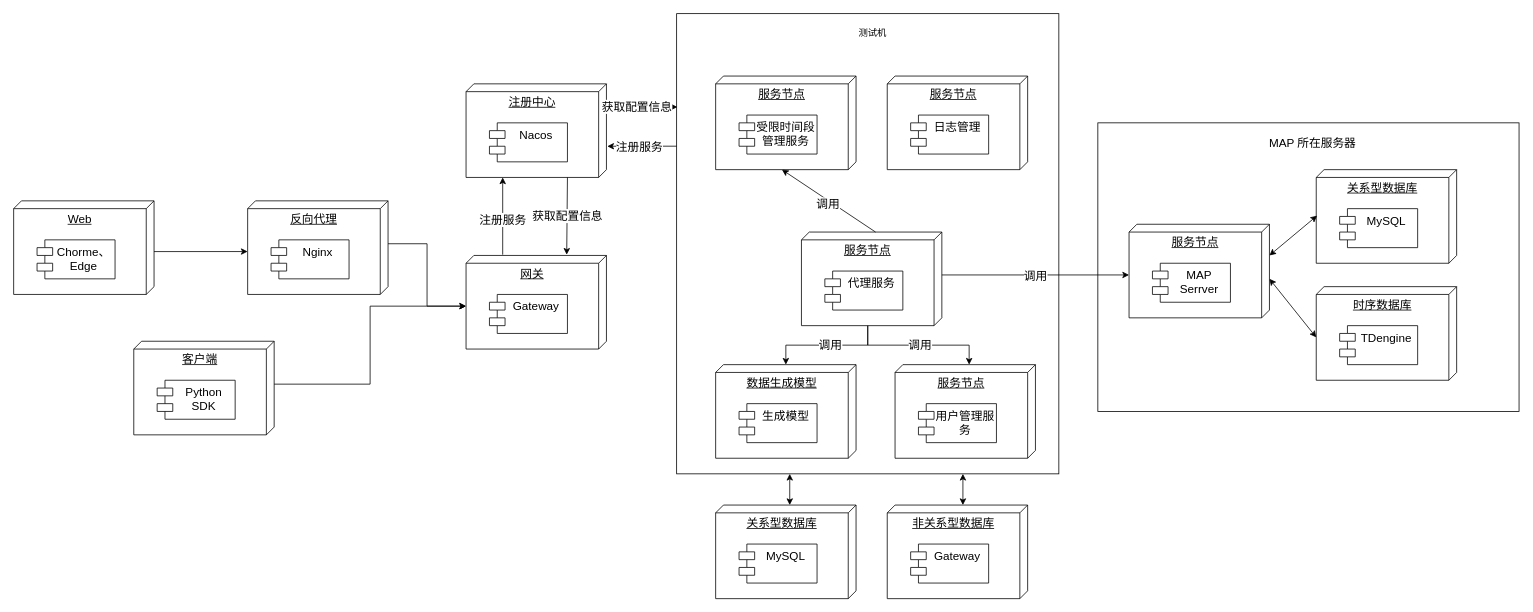
Diend-7/- keeps this draw.io diagram as 系统部署图.drawio. Above is the earlier version. Source tidied: cells renumbered, new cells numbered last; positions are measured from the earlier drawing's top-left corner, leaving out a move shared by most shapes. Both pictures are drawn from the tidied source at 78%, with x=0, y=0 at pixel (13, 13).
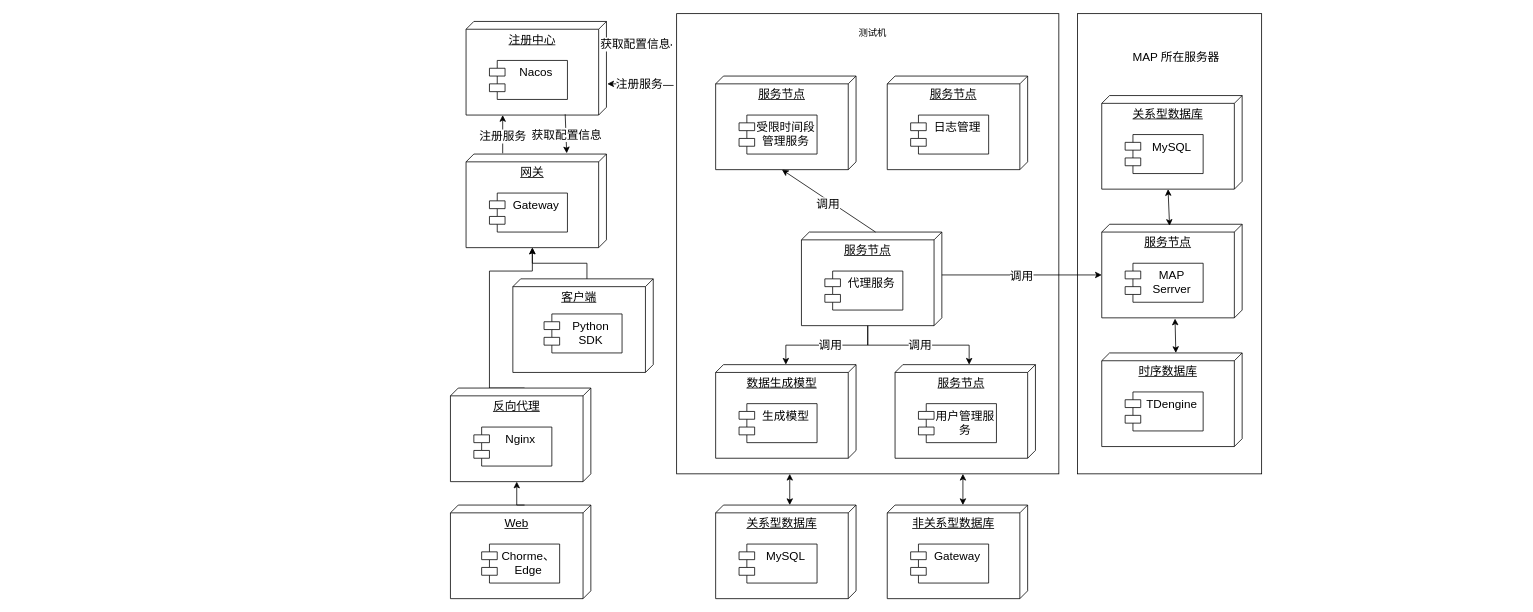
The same diagram, later.

Commit message (it also covers changes not shown here):
更新系统部署图.drawio

Unchanged cells that the change refers to:
```xml
<mxCell id="3" style="rounded=0;whiteSpace=wrap;html=1;" parent="1" vertex="1">
  <mxGeometry x="850" width="490" height="590" as="geometry" />
</mxCell>
```

The edit, as a diff of the source:
```diff
@@
-    <mxCell id="2" style="rounded=0;whiteSpace=wrap;html=1;" parent="1" vertex="1">
-      <mxGeometry x="1390" y="140" width="540" height="370" as="geometry" />
-    </mxCell>
+    <mxCell id="59" style="rounded=0;whiteSpace=wrap;html=1;" parent="1" vertex="1">
+      <mxGeometry x="1364" width="236" height="590" as="geometry" />
+    </mxCell>
@@
     <mxCell id="4" value="Web" style="verticalAlign=top;align=center;spacingTop=8;spacingLeft=2;spacingRight=12;shape=cube;size=10;direction=south;fontStyle=4;html=1;whiteSpace=wrap;fontSize=15;" parent="1" vertex="1">
-      <mxGeometry y="240" width="180" height="120" as="geometry" />
+      <mxGeometry x="560" y="630" width="180" height="120" as="geometry" />
     </mxCell>
     <mxCell id="5" value="Chorme、Edge" style="shape=module;align=left;spacingLeft=20;align=center;verticalAlign=top;whiteSpace=wrap;html=1;fontSize=15;" parent="1" vertex="1">
-      <mxGeometry x="30" y="290" width="100" height="50" as="geometry" />
+      <mxGeometry x="600" y="680" width="100" height="50" as="geometry" />
     </mxCell>
+    <mxCell id="37" style="edgeStyle=orthogonalEdgeStyle;rounded=0;jettySize=auto;html=1;exitX=0;exitY=0;exitDx=0;exitDy=85;exitPerimeter=0;entryX=0;entryY=0;entryDx=120;entryDy=95;entryPerimeter=0;" parent="1" edge="1" source="6" target="10">
+      <mxGeometry relative="1" as="geometry">
+        <Array as="points">
+          <mxPoint x="610" y="480" />
+          <mxPoint x="610" y="330" />
+          <mxPoint x="665" y="330" />
+        </Array>
+      </mxGeometry>
+    </mxCell>
     <mxCell id="6" value="反向代理" style="verticalAlign=top;align=center;spacingTop=8;spacingLeft=2;spacingRight=12;shape=cube;size=10;direction=south;fontStyle=4;html=1;whiteSpace=wrap;fontSize=15;" parent="1" vertex="1">
-      <mxGeometry x="300" y="240" width="180" height="120" as="geometry" />
+      <mxGeometry x="560" y="480" width="180" height="120" as="geometry" />
     </mxCell>
     <mxCell id="7" value="Nginx" style="shape=module;align=left;spacingLeft=20;align=center;verticalAlign=top;whiteSpace=wrap;html=1;fontSize=15;" parent="1" vertex="1">
-      <mxGeometry x="330" y="290" width="100" height="50" as="geometry" />
+      <mxGeometry x="590" y="530" width="100" height="50" as="geometry" />
     </mxCell>
     <mxCell id="8" value="客户端" style="verticalAlign=top;align=center;spacingTop=8;spacingLeft=2;spacingRight=12;shape=cube;size=10;direction=south;fontStyle=4;html=1;whiteSpace=wrap;fontSize=15;" parent="1" vertex="1">
-      <mxGeometry x="154" y="420" width="180" height="120" as="geometry" />
+      <mxGeometry x="640" y="340" width="180" height="120" as="geometry" />
     </mxCell>
     <mxCell id="9" value="Python SDK" style="shape=module;align=left;spacingLeft=20;align=center;verticalAlign=top;whiteSpace=wrap;html=1;fontSize=15;" parent="1" vertex="1">
-      <mxGeometry x="184" y="470" width="100" height="50" as="geometry" />
+      <mxGeometry x="680" y="385" width="100" height="50" as="geometry" />
     </mxCell>
     <mxCell id="10" value="网关" style="verticalAlign=top;align=center;spacingTop=8;spacingLeft=2;spacingRight=12;shape=cube;size=10;direction=south;fontStyle=4;html=1;whiteSpace=wrap;fontSize=15;" parent="1" vertex="1">
-      <mxGeometry x="580" y="310" width="180" height="120" as="geometry" />
+      <mxGeometry x="580" y="180" width="180" height="120" as="geometry" />
     </mxCell>
     <mxCell id="11" value="Gateway" style="shape=module;align=left;spacingLeft=20;align=center;verticalAlign=top;whiteSpace=wrap;html=1;fontSize=15;" parent="1" vertex="1">
-      <mxGeometry x="610" y="360" width="100" height="50" as="geometry" />
+      <mxGeometry x="610" y="230" width="100" height="50" as="geometry" />
     </mxCell>
     <mxCell id="12" value="注册中心" style="verticalAlign=top;align=center;spacingTop=8;spacingLeft=2;spacingRight=12;shape=cube;size=10;direction=south;fontStyle=4;html=1;whiteSpace=wrap;fontSize=15;" parent="1" vertex="1">
-      <mxGeometry x="580" y="90" width="180" height="120" as="geometry" />
+      <mxGeometry x="580" y="10" width="180" height="120" as="geometry" />
     </mxCell>
     <mxCell id="13" value="Nacos" style="shape=module;align=left;spacingLeft=20;align=center;verticalAlign=top;whiteSpace=wrap;html=1;fontSize=15;" parent="1" vertex="1">
-      <mxGeometry x="610" y="140" width="100" height="50" as="geometry" />
+      <mxGeometry x="610" y="60" width="100" height="50" as="geometry" />
     </mxCell>
@@
     <mxCell id="30" value="服务节点" style="verticalAlign=top;align=center;spacingTop=8;spacingLeft=2;spacingRight=12;shape=cube;size=10;direction=south;fontStyle=4;html=1;whiteSpace=wrap;fontSize=15;" parent="1" vertex="1">
-      <mxGeometry x="1430" y="270" width="180" height="120" as="geometry" />
+      <mxGeometry x="1395" y="270" width="180" height="120" as="geometry" />
     </mxCell>
     <mxCell id="31" value="MAP Serrver" style="shape=module;align=left;spacingLeft=20;align=center;verticalAlign=top;whiteSpace=wrap;html=1;fontSize=15;" parent="1" vertex="1">
-      <mxGeometry x="1460" y="320" width="100" height="50" as="geometry" />
+      <mxGeometry x="1425" y="320" width="100" height="50" as="geometry" />
     </mxCell>
     <mxCell id="32" value="关系型数据库" style="verticalAlign=top;align=center;spacingTop=8;spacingLeft=2;spacingRight=12;shape=cube;size=10;direction=south;fontStyle=4;html=1;whiteSpace=wrap;fontSize=15;" parent="1" vertex="1">
-      <mxGeometry x="1670" y="200" width="180" height="120" as="geometry" />
+      <mxGeometry x="1395" y="105" width="180" height="120" as="geometry" />
     </mxCell>
     <mxCell id="33" value="MySQL" style="shape=module;align=left;spacingLeft=20;align=center;verticalAlign=top;whiteSpace=wrap;html=1;fontSize=15;" parent="1" vertex="1">
-      <mxGeometry x="1700" y="250" width="100" height="50" as="geometry" />
+      <mxGeometry x="1425" y="155" width="100" height="50" as="geometry" />
     </mxCell>
     <mxCell id="34" value="时序数据库" style="verticalAlign=top;align=center;spacingTop=8;spacingLeft=2;spacingRight=12;shape=cube;size=10;direction=south;fontStyle=4;html=1;whiteSpace=wrap;fontSize=15;" parent="1" vertex="1">
-      <mxGeometry x="1670" y="350" width="180" height="120" as="geometry" />
+      <mxGeometry x="1395" y="435" width="180" height="120" as="geometry" />
     </mxCell>
     <mxCell id="35" value="TDengine" style="shape=module;align=left;spacingLeft=20;align=center;verticalAlign=top;whiteSpace=wrap;html=1;fontSize=15;" parent="1" vertex="1">
-      <mxGeometry x="1700" y="400" width="100" height="50" as="geometry" />
+      <mxGeometry x="1425" y="485" width="100" height="50" as="geometry" />
     </mxCell>
-    <mxCell id="36" style="edgeStyle=orthogonalEdgeStyle;rounded=0;jettySize=auto;html=1;exitX=0.542;exitY=0;exitDx=0;exitDy=0;exitPerimeter=0;entryX=0;entryY=0;entryDx=65;entryDy=180;entryPerimeter=0;fontSize=15;" parent="1" edge="1" source="4" target="6">
-      <mxGeometry relative="1" as="geometry" />
-    </mxCell>
-    <mxCell id="37" style="edgeStyle=orthogonalEdgeStyle;rounded=0;jettySize=auto;html=1;exitX=0;exitY=0;exitDx=55;exitDy=0;exitPerimeter=0;entryX=0;entryY=0;entryDx=65;entryDy=180;entryPerimeter=0;fontSize=15;" parent="1" edge="1" source="6" target="10">
-      <mxGeometry relative="1" as="geometry" />
-    </mxCell>
-    <mxCell id="38" style="edgeStyle=orthogonalEdgeStyle;rounded=0;jettySize=auto;html=1;exitX=0;exitY=0;exitDx=55;exitDy=0;exitPerimeter=0;entryX=0;entryY=0;entryDx=65;entryDy=180;entryPerimeter=0;fontSize=15;" parent="1" edge="1" source="8" target="10">
-      <mxGeometry relative="1" as="geometry" />
-    </mxCell>
@@
-    <mxCell id="41" style="endArrow=classic;html=1;rounded=0;entryX=-0.008;entryY=0.283;entryDx=0;entryDy=0;entryPerimeter=0;fontSize=15;" parent="1" edge="1" target="10">
-      <mxGeometry relative="1" as="geometry">
-        <mxPoint x="710" y="210" as="sourcePoint" />
-      </mxGeometry>
+    <mxCell id="41" style="endArrow=classic;html=1;rounded=0;entryX=-0.008;entryY=0.283;entryDx=0;entryDy=0;entryPerimeter=0;fontSize=15;exitX=0.992;exitY=0.294;exitDx=0;exitDy=0;exitPerimeter=0;" parent="1" edge="1" source="12" target="10">
+      <mxGeometry relative="1" as="geometry" />
     </mxCell>
@@
     <mxCell id="44" value="MAP 所在服务器" style="text;html=1;align=center;verticalAlign=middle;strokeColor=none;fillColor=none;fontSize=15;" parent="1" vertex="1">
-      <mxGeometry x="1600" y="150" width="130" height="30" as="geometry" />
+      <mxGeometry x="1425" y="40" width="130" height="30" as="geometry" />
     </mxCell>
-    <mxCell id="45" style="edgeStyle=orthogonalEdgeStyle;rounded=0;jettySize=auto;html=1;exitX=0.242;exitY=0.006;exitDx=0;exitDy=0;exitPerimeter=0;entryX=0.002;entryY=0.203;entryDx=0;entryDy=0;entryPerimeter=0;fontSize=15;" parent="1" edge="1" source="12" target="3">
+    <mxCell id="45" style="edgeStyle=orthogonalEdgeStyle;rounded=0;jettySize=auto;html=1;exitX=0.242;exitY=0.006;exitDx=0;exitDy=0;exitPerimeter=0;entryX=-0.01;entryY=0.068;entryDx=0;entryDy=0;entryPerimeter=0;fontSize=15;" parent="1" edge="1" source="12" target="3">
       <mxGeometry relative="1" as="geometry" />
     </mxCell>
@@
-    <mxCell id="47" style="edgeStyle=orthogonalEdgeStyle;rounded=0;jettySize=auto;html=1;exitX=0;exitY=0.288;exitDx=0;exitDy=0;entryX=0.667;entryY=-0.006;entryDx=0;entryDy=0;entryPerimeter=0;exitPerimeter=0;fontSize=15;" parent="1" edge="1" source="3" target="12">
+    <mxCell id="47" style="edgeStyle=orthogonalEdgeStyle;rounded=0;jettySize=auto;html=1;exitX=-0.008;exitY=0.156;exitDx=0;exitDy=0;entryX=0.667;entryY=-0.006;entryDx=0;entryDy=0;entryPerimeter=0;exitPerimeter=0;fontSize=15;" parent="1" edge="1" source="3" target="12">
       <mxGeometry relative="1" as="geometry" />
     </mxCell>
@@
-    <mxCell id="57" style="endArrow=classic;startArrow=classic;html=1;rounded=0;entryX=0.492;entryY=0.994;entryDx=0;entryDy=0;entryPerimeter=0;" parent="1" edge="1" target="32">
-      <mxGeometry relative="1" as="geometry">
-        <mxPoint x="1610" y="310" as="sourcePoint" />
-      </mxGeometry>
+    <mxCell id="57" style="endArrow=classic;startArrow=classic;html=1;rounded=0;exitX=0.017;exitY=0.517;exitDx=0;exitDy=0;exitPerimeter=0;entryX=0;entryY=0;entryDx=120;entryDy=95;entryPerimeter=0;" parent="1" edge="1" source="30" target="32">
+      <mxGeometry relative="1" as="geometry" />
     </mxCell>
-    <mxCell id="58" style="endArrow=classic;startArrow=classic;html=1;rounded=0;entryX=0;entryY=0;entryDx=65;entryDy=180;entryPerimeter=0;" parent="1" edge="1" target="34">
-      <mxGeometry relative="1" as="geometry">
-        <mxPoint x="1610" y="340" as="sourcePoint" />
-      </mxGeometry>
+    <mxCell id="58" style="endArrow=classic;startArrow=classic;html=1;rounded=0;entryX=0;entryY=0;entryDx=0;entryDy=85;entryPerimeter=0;exitX=1.008;exitY=0.478;exitDx=0;exitDy=0;exitPerimeter=0;" parent="1" edge="1" source="30" target="34">
+      <mxGeometry relative="1" as="geometry" />
     </mxCell>
+    <mxCell id="38" style="edgeStyle=orthogonalEdgeStyle;rounded=0;jettySize=auto;html=1;exitX=0;exitY=0;exitDx=0;exitDy=85;exitPerimeter=0;entryX=0;entryY=0;entryDx=120;entryDy=95;entryPerimeter=0;" parent="1" edge="1" source="8" target="10">
+      <mxGeometry relative="1" as="geometry" />
+    </mxCell>
+    <mxCell id="36" style="edgeStyle=orthogonalEdgeStyle;rounded=0;jettySize=auto;html=1;exitX=0;exitY=0;exitDx=0;exitDy=85;exitPerimeter=0;entryX=0;entryY=0;entryDx=120;entryDy=95;entryPerimeter=0;" parent="1" edge="1" source="4" target="6">
+      <mxGeometry relative="1" as="geometry" />
+    </mxCell>
```
